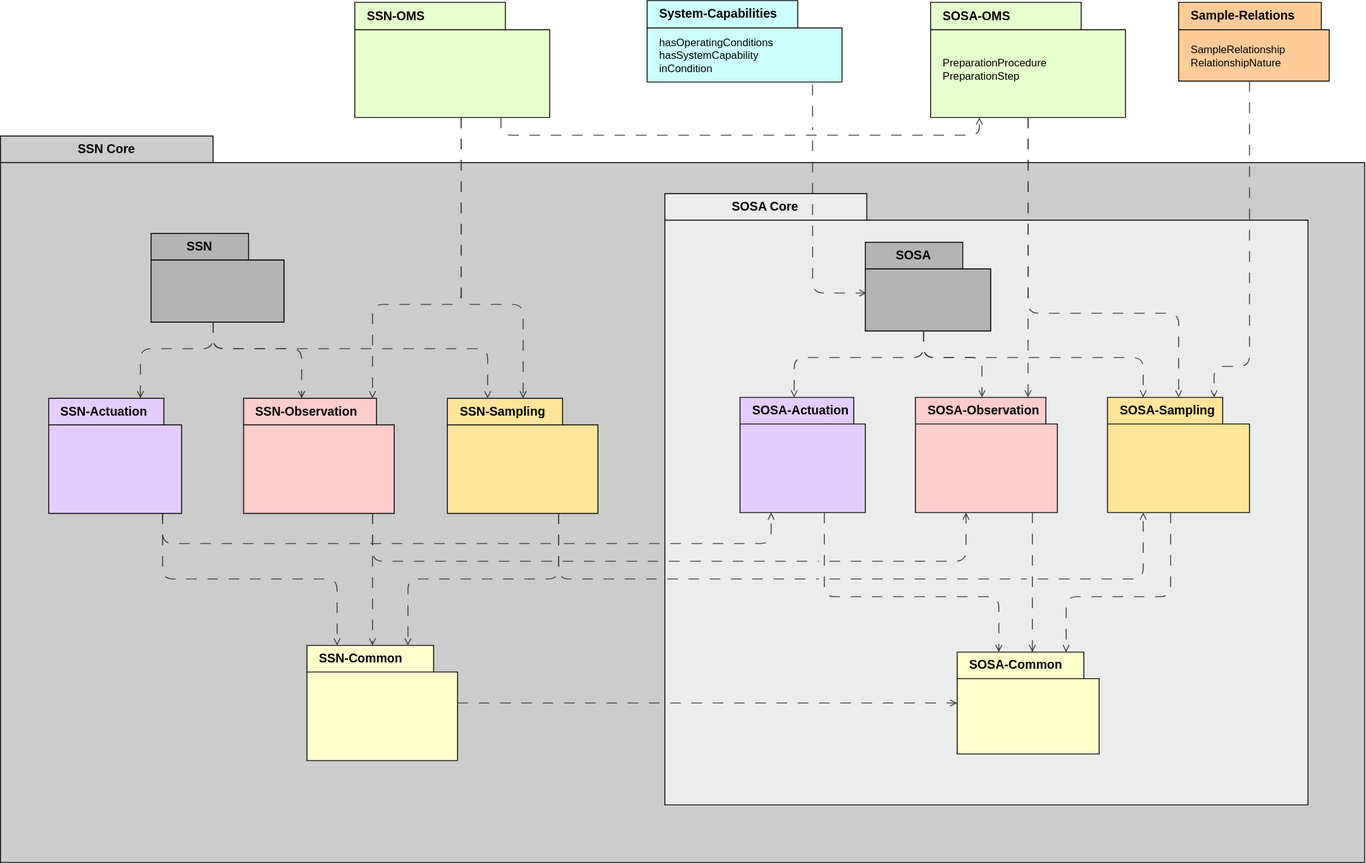
The draw.io diagram ssn/images/SSN-extension-modules.svg in afeliachi/sdw-sosa-ssn, before a commit. Source tidied: cells renumbered, new cells last; positions are measured from the earlier drawing's top-left corner, leaving out a move shared by most shapes.
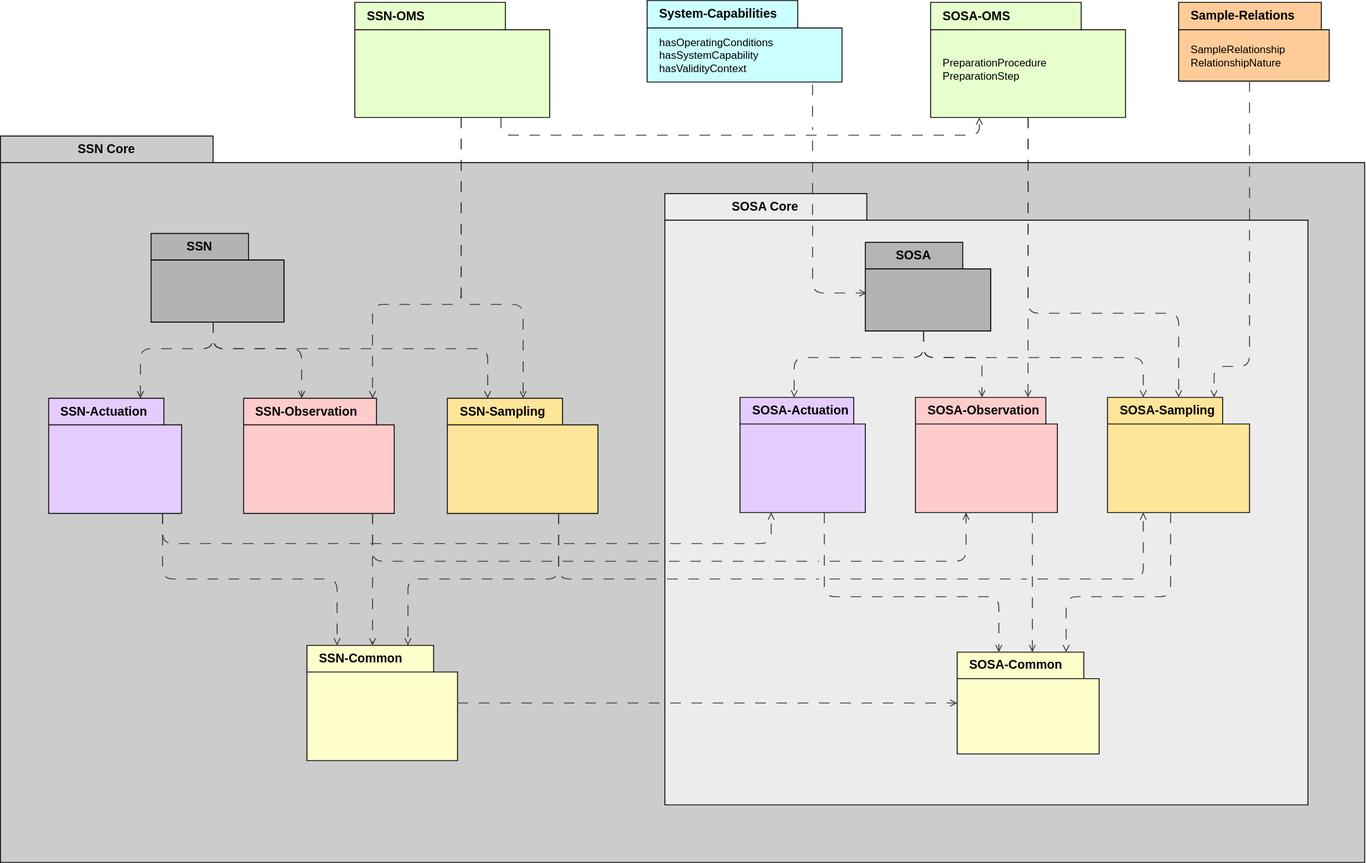
The same file after the commit.

The edit, as a diff of the source:
```diff
@@ -219,7 +219,7 @@
     <mxCell id="41" value="&lt;font style=&quot;font-size: 14px;&quot;&gt;System-Capabilities&lt;/font&gt;" style="shape=folder;fontStyle=1;tabWidth=170;tabHeight=31;tabPosition=left;html=1;boundedLbl=1;labelInHeader=1;whiteSpace=wrap;strokeColor=default;align=left;verticalAlign=middle;spacingLeft=12;fontFamily=Helvetica;fontSize=12;fontColor=default;fillColor=#CCFFFF;strokeWidth=1;convertToSvg=1;" parent="1" vertex="1">
       <mxGeometry x="730" width="220" height="92" as="geometry" />
     </mxCell>
-    <mxCell id="42" value="&lt;span style=&quot;font-weight: normal;&quot;&gt;hasOperatingConditions&lt;br&gt;hasSystemCapability&lt;br&gt;inCondition&lt;/span&gt;" style="html=1;strokeColor=none;fillColor=none;whiteSpace=wrap;align=left;verticalAlign=middle;spacingLeft=12;fontFamily=Helvetica;fontSize=12;fontColor=default;fontStyle=1;strokeWidth=1;convertToSvg=1;" parent="41" vertex="1">
+    <mxCell id="42" value="&lt;span style=&quot;font-weight: normal;&quot;&gt;hasOperatingConditions&lt;br&gt;hasSystemCapability&lt;br&gt;hasValidityContext&lt;/span&gt;" style="html=1;strokeColor=none;fillColor=none;whiteSpace=wrap;align=left;verticalAlign=middle;spacingLeft=12;fontFamily=Helvetica;fontSize=12;fontColor=default;fontStyle=1;strokeWidth=1;convertToSvg=1;" parent="41" vertex="1">
       <mxGeometry width="220" height="64.4" relative="1" as="geometry">
         <mxPoint y="30" as="offset" />
       </mxGeometry>
```
